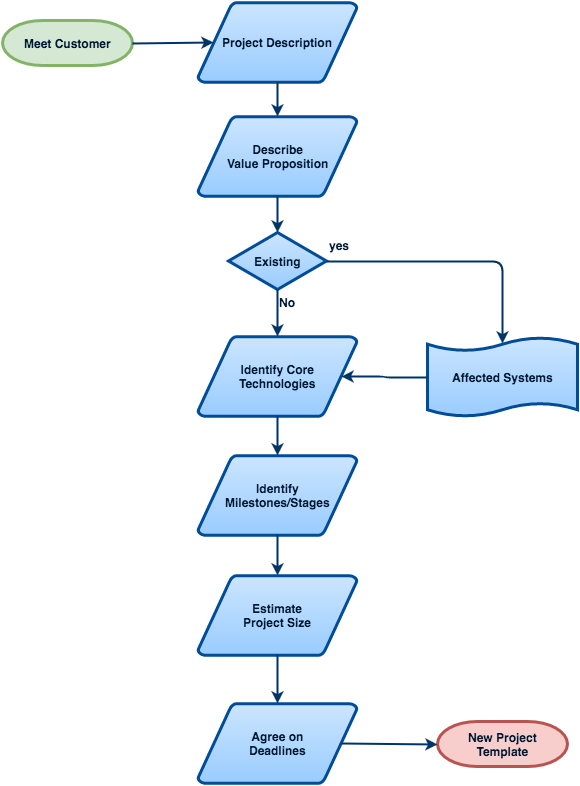
Above: new-projects/phase-1.png in inigo-llc/guides (draw.io), before the change. Source tidied: cells renumbered, new cells last; positions are measured from the earlier drawing's top-left corner, leaving out a move shared by most shapes. Source of this version:
```xml
<mxGraphModel>
  <root>
    <mxCell id="0" style="html=1;" />
    <mxCell id="1" style="html=1;" parent="0" />
    <mxCell id="2" value="Meet Customer" style="shape=mxgraph.flowchart.terminator;fillColor=#d5e8d4;strokeColor=#82b366;strokeWidth=3;gradientDirection=north;fontColor=#001933;fontStyle=1;html=1;" parent="1" vertex="1">
      <mxGeometry y="18" width="130" height="45" as="geometry" />
    </mxCell>
    <mxCell id="3" value="Project Description" style="shape=mxgraph.flowchart.data;fillColor=#99CCFF;strokeColor=#004C99;strokeWidth=3;gradientColor=#CCE5FF;gradientDirection=north;fontColor=#001933;fontStyle=1;html=1;" parent="1" vertex="1">
      <mxGeometry x="195.5" width="159" height="80" as="geometry" />
    </mxCell>
    <mxCell id="4" value="Identify Core&lt;br&gt;Technologies" style="shape=mxgraph.flowchart.data;fillColor=#99CCFF;strokeColor=#004C99;strokeWidth=3;gradientColor=#CCE5FF;gradientDirection=north;fontColor=#001933;fontStyle=1;html=1;" parent="1" vertex="1">
      <mxGeometry x="195.5" y="334" width="159" height="80" as="geometry" />
    </mxCell>
    <mxCell id="5" value="Describe&lt;br&gt;Value Proposition" style="shape=mxgraph.flowchart.data;fillColor=#99CCFF;strokeColor=#004C99;strokeWidth=3;gradientColor=#CCE5FF;gradientDirection=north;fontColor=#001933;fontStyle=1;html=1;" parent="1" vertex="1">
      <mxGeometry x="195.5" y="114" width="159" height="80" as="geometry" />
    </mxCell>
    <mxCell id="6" value="Existing" style="shape=mxgraph.flowchart.decision;fillColor=#99CCFF;strokeColor=#004C99;strokeWidth=3;gradientColor=#CCE5FF;gradientDirection=north;fontColor=#001933;fontStyle=1;html=1;" parent="1" vertex="1">
      <mxGeometry x="226" y="230" width="98" height="57" as="geometry" />
    </mxCell>
    <mxCell id="7" style="fontColor=#001933;fontStyle=1;strokeColor=#003366;strokeWidth=2;html=1;entryX=0.095;entryY=0.5;entryPerimeter=0;exitX=1;exitY=0.5;exitPerimeter=0;" parent="1" edge="1" source="2" target="3">
      <mxGeometry relative="1" as="geometry" />
    </mxCell>
    <mxCell id="8" style="fontColor=#001933;fontStyle=1;strokeColor=#003366;strokeWidth=2;html=1;entryX=0.5;entryY=0;entryPerimeter=0;exitX=0.5;exitY=1;exitPerimeter=0;" parent="1" edge="1" source="3" target="5">
      <mxGeometry relative="1" as="geometry" />
    </mxCell>
    <mxCell id="9" style="entryX=0.5;entryY=0;entryPerimeter=0;fontColor=#001933;fontStyle=1;strokeColor=#003366;strokeWidth=2;html=1;exitX=0.5;exitY=1;exitPerimeter=0;" parent="1" edge="1" source="5" target="6">
      <mxGeometry relative="1" as="geometry" />
    </mxCell>
    <mxCell id="10" style="edgeStyle=elbowEdgeStyle;elbow=horizontal;entryX=0.5;entryY=0.09;entryPerimeter=0;exitX=1;exitY=0.5;exitPerimeter=0;fontColor=#001933;fontStyle=1;strokeColor=#003366;strokeWidth=2;html=1;" parent="1" edge="1" source="6" target="17">
      <mxGeometry x="316" y="-416.5" as="geometry">
        <Array as="points">
          <mxPoint x="500" y="240" />
        </Array>
      </mxGeometry>
    </mxCell>
    <mxCell id="11" value="yes" style="text;fontColor=#001933;fontStyle=1;html=1;" parent="1" vertex="1">
      <mxGeometry x="325" y="230" width="40" height="26" as="geometry" />
    </mxCell>
    <mxCell id="12" style="edgeStyle=elbowEdgeStyle;elbow=horizontal;fontColor=#001933;fontStyle=1;strokeColor=#003366;strokeWidth=2;html=1;entryX=0.5;entryY=0;entryPerimeter=0;exitX=0.5;exitY=1;exitPerimeter=0;" parent="1" edge="1" source="6" target="4">
      <mxGeometry x="-65" y="-445" as="geometry" />
    </mxCell>
    <mxCell id="13" value="Identify&lt;br&gt;Milestones/Stages" style="shape=mxgraph.flowchart.data;fillColor=#99CCFF;strokeColor=#004C99;strokeWidth=3;gradientColor=#CCE5FF;gradientDirection=north;fontColor=#001933;fontStyle=1;html=1;" parent="1" vertex="1">
      <mxGeometry x="195.5" y="453" width="159" height="80" as="geometry" />
    </mxCell>
    <mxCell id="14" value="No" style="text;fontColor=#001933;fontStyle=1;html=1;" parent="1" vertex="1">
      <mxGeometry x="275" y="287" width="40" height="26" as="geometry" />
    </mxCell>
    <mxCell id="15" style="edgeStyle=elbowEdgeStyle;elbow=horizontal;fontColor=#001933;fontStyle=1;strokeColor=#003366;strokeWidth=2;html=1;entryX=0.5;entryY=0;entryPerimeter=0;exitX=0.5;exitY=1;exitPerimeter=0;" parent="1" edge="1" source="4" target="13">
      <mxGeometry x="-65" y="-461" as="geometry" />
    </mxCell>
    <mxCell id="16" style="edgeStyle=elbowEdgeStyle;elbow=horizontal;fontColor=#001933;fontStyle=1;strokeColor=#003366;strokeWidth=2;html=1;entryX=0.5;entryY=0;entryPerimeter=0;exitX=0.5;exitY=1;exitPerimeter=0;" parent="1" edge="1" source="13" target="19">
      <mxGeometry x="-65" y="-426" as="geometry" />
    </mxCell>
    <mxCell id="17" value="Affected Systems" style="shape=mxgraph.flowchart.paper_tape;fillColor=#99CCFF;strokeColor=#004C99;strokeWidth=3;gradientColor=#CCE5FF;gradientDirection=north;fontColor=#001933;fontStyle=1;html=1;" parent="1" vertex="1">
      <mxGeometry x="425" y="334" width="150" height="81" as="geometry" />
    </mxCell>
    <mxCell id="18" style="edgeStyle=elbowEdgeStyle;elbow=horizontal;entryX=0.905;entryY=0.5;entryPerimeter=0;fontColor=#001933;fontStyle=1;strokeColor=#003366;strokeWidth=2;html=1;exitX=0;exitY=0.5;exitPerimeter=0;" parent="1" edge="1" source="17" target="4">
      <mxGeometry x="-65" y="-461" as="geometry">
        <Array as="points">
          <mxPoint x="382" y="356" />
        </Array>
      </mxGeometry>
    </mxCell>
    <mxCell id="19" value="Estimate&lt;br&gt;Project Size" style="shape=mxgraph.flowchart.data;fillColor=#99CCFF;strokeColor=#004C99;strokeWidth=3;gradientColor=#CCE5FF;gradientDirection=north;fontColor=#001933;fontStyle=1;html=1;" parent="1" vertex="1">
      <mxGeometry x="195.5" y="573" width="159" height="80" as="geometry" />
    </mxCell>
    <mxCell id="20" value="Agree on&lt;br&gt;Deadlines" style="shape=mxgraph.flowchart.data;fillColor=#99CCFF;strokeColor=#004C99;strokeWidth=3;gradientColor=#CCE5FF;gradientDirection=north;fontColor=#001933;fontStyle=1;html=1;" parent="1" vertex="1">
      <mxGeometry x="195.5" y="701" width="159" height="80" as="geometry" />
    </mxCell>
    <mxCell id="21" style="edgeStyle=elbowEdgeStyle;elbow=horizontal;fontColor=#001933;fontStyle=1;strokeColor=#003366;strokeWidth=2;html=1;exitX=0.5;exitY=1;exitPerimeter=0;entryX=0.5;entryY=0;entryPerimeter=0;" parent="1" edge="1" source="19" target="20">
      <mxGeometry x="-55" y="-416" as="geometry">
        <Array as="points">
          <mxPoint x="275" y="675" />
        </Array>
      </mxGeometry>
    </mxCell>
    <mxCell id="22" value="New Project&lt;br&gt;Template" style="shape=mxgraph.flowchart.terminator;fillColor=#f8cecc;strokeColor=#b85450;strokeWidth=3;gradientDirection=north;fontColor=#001933;fontStyle=1;html=1;" parent="1" vertex="1">
      <mxGeometry x="435" y="719" width="130" height="45" as="geometry" />
    </mxCell>
    <mxCell id="23" style="fontColor=#001933;fontStyle=1;strokeColor=#003366;strokeWidth=2;html=1;entryX=0;entryY=0.5;entryPerimeter=0;exitX=0.905;exitY=0.5;exitPerimeter=0;" parent="1" edge="1" source="20" target="22">
      <mxGeometry x="22" y="198.2" as="geometry" />
    </mxCell>
  </root>
</mxGraphModel>
```
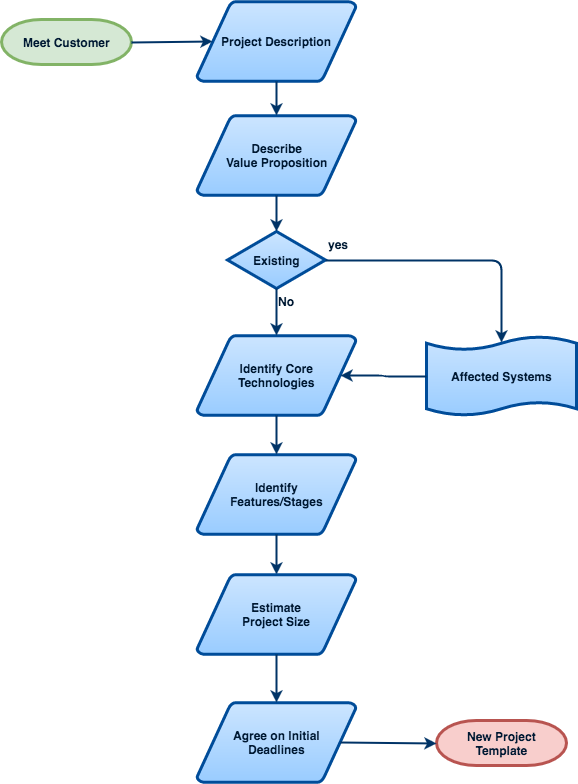
After the commit.

What changed in the source:
```diff
@@ -39,7 +39,7 @@
     <mxCell id="12" style="edgeStyle=elbowEdgeStyle;elbow=horizontal;fontColor=#001933;fontStyle=1;strokeColor=#003366;strokeWidth=2;html=1;entryX=0.5;entryY=0;entryPerimeter=0;exitX=0.5;exitY=1;exitPerimeter=0;" parent="1" edge="1" source="6" target="4">
       <mxGeometry x="-65" y="-445" as="geometry" />
     </mxCell>
-    <mxCell id="13" value="Identify&lt;br&gt;Milestones/Stages" style="shape=mxgraph.flowchart.data;fillColor=#99CCFF;strokeColor=#004C99;strokeWidth=3;gradientColor=#CCE5FF;gradientDirection=north;fontColor=#001933;fontStyle=1;html=1;" parent="1" vertex="1">
+    <mxCell id="13" value="Identify&lt;br&gt;Features/Stages" style="shape=mxgraph.flowchart.data;fillColor=#99CCFF;strokeColor=#004C99;strokeWidth=3;gradientColor=#CCE5FF;gradientDirection=north;fontColor=#001933;fontStyle=1;html=1;" parent="1" vertex="1">
       <mxGeometry x="195.5" y="453" width="159" height="80" as="geometry" />
     </mxCell>
     <mxCell id="14" value="No" style="text;fontColor=#001933;fontStyle=1;html=1;" parent="1" vertex="1">
@@ -64,7 +64,7 @@
     <mxCell id="19" value="Estimate&lt;br&gt;Project Size" style="shape=mxgraph.flowchart.data;fillColor=#99CCFF;strokeColor=#004C99;strokeWidth=3;gradientColor=#CCE5FF;gradientDirection=north;fontColor=#001933;fontStyle=1;html=1;" parent="1" vertex="1">
       <mxGeometry x="195.5" y="573" width="159" height="80" as="geometry" />
     </mxCell>
-    <mxCell id="20" value="Agree on&lt;br&gt;Deadlines" style="shape=mxgraph.flowchart.data;fillColor=#99CCFF;strokeColor=#004C99;strokeWidth=3;gradientColor=#CCE5FF;gradientDirection=north;fontColor=#001933;fontStyle=1;html=1;" parent="1" vertex="1">
+    <mxCell id="20" value="Agree on Initial&lt;br&gt;Deadlines" style="shape=mxgraph.flowchart.data;fillColor=#99CCFF;strokeColor=#004C99;strokeWidth=3;gradientColor=#CCE5FF;gradientDirection=north;fontColor=#001933;fontStyle=1;html=1;" parent="1" vertex="1">
       <mxGeometry x="195.5" y="701" width="159" height="80" as="geometry" />
     </mxCell>
     <mxCell id="21" style="edgeStyle=elbowEdgeStyle;elbow=horizontal;fontColor=#001933;fontStyle=1;strokeColor=#003366;strokeWidth=2;html=1;exitX=0.5;exitY=1;exitPerimeter=0;entryX=0.5;entryY=0;entryPerimeter=0;" parent="1" edge="1" source="19" target="20">
```
